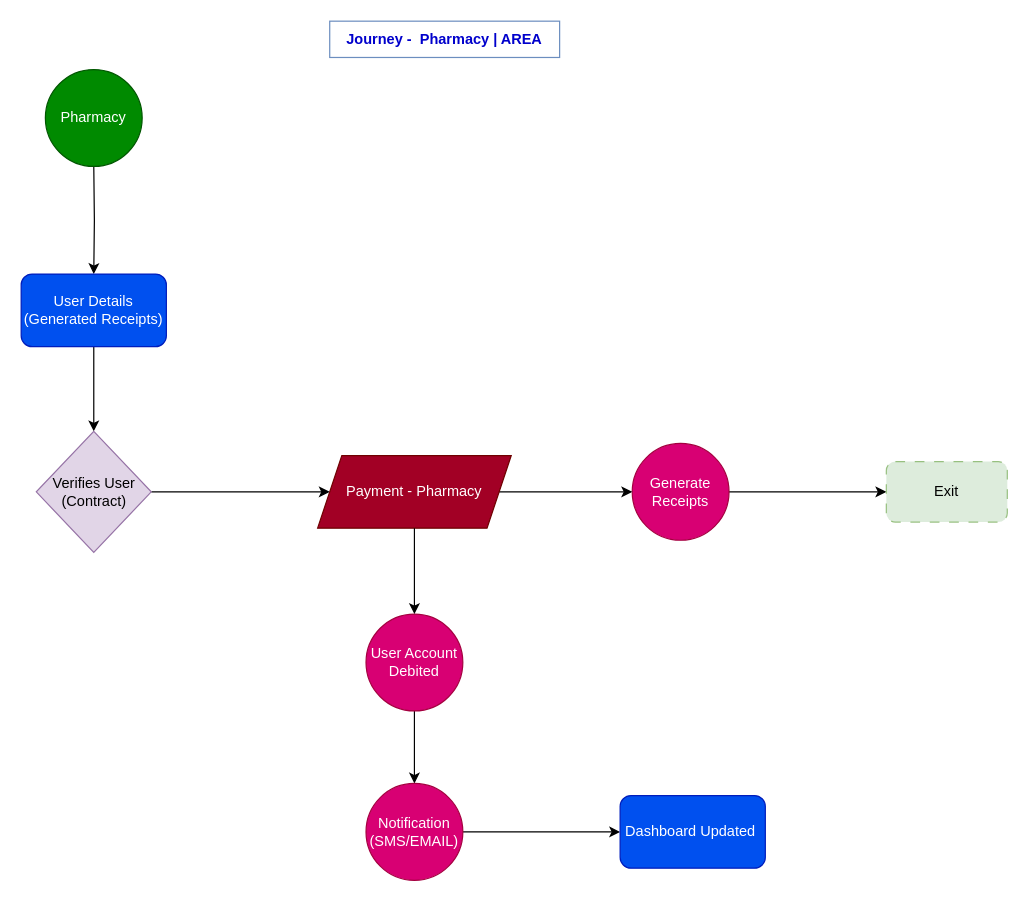
The draw.io diagram Journey Pharmacy.drawio in dabiko/draw-io, before the edit. Source tidied: cells renumbered, new cells numbered last; positions are measured from the earlier drawing's top-left corner, leaving out a move shared by most shapes. Both pictures are drawn from the tidied source at 121%, with x=0, y=0 at pixel (21, 21).
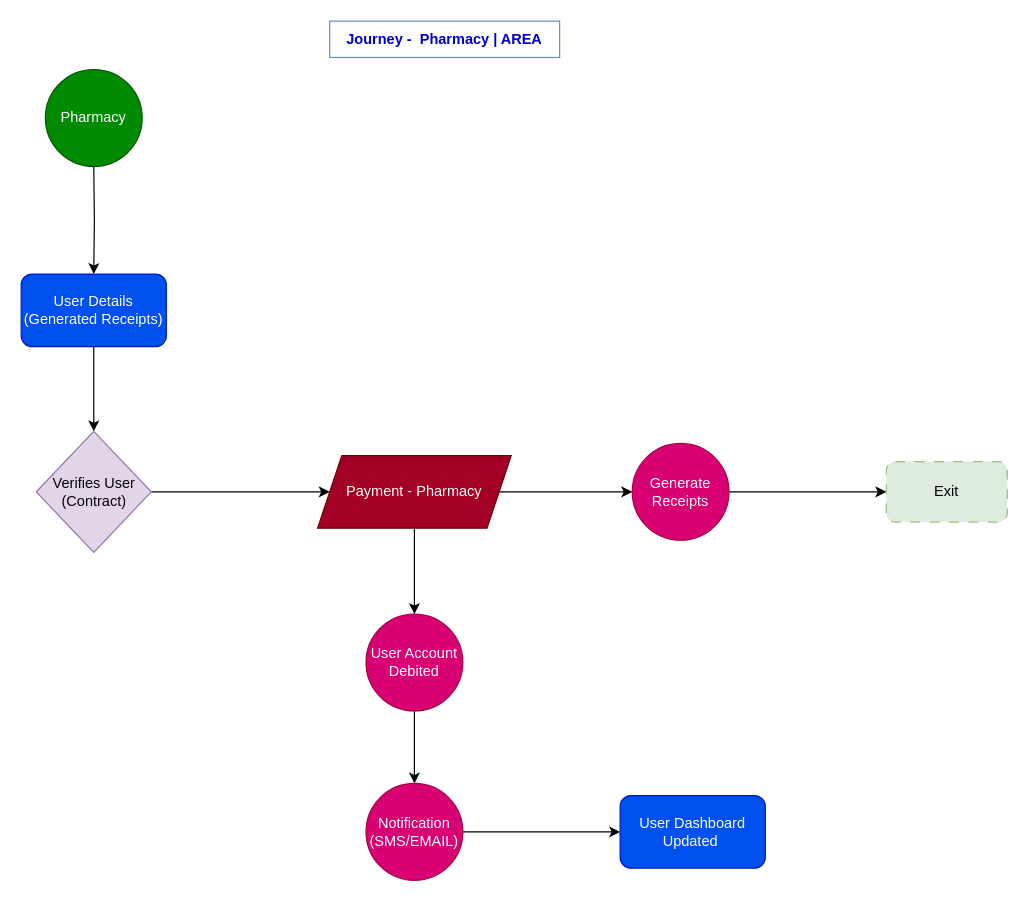
The same diagram, later.

What changed in the source:
```diff
@@
-    <mxCell id="18" value="Dashboard Updated&amp;nbsp;" style="rounded=1;whiteSpace=wrap;html=1;fillColor=#0050ef;fontColor=#ffffff;strokeColor=#001DBC;" parent="1" vertex="1">
+    <mxCell id="18" value="User Dashboard Updated&amp;nbsp;" style="rounded=1;whiteSpace=wrap;html=1;fillColor=#0050ef;fontColor=#ffffff;strokeColor=#001DBC;" parent="1" vertex="1">
       <mxGeometry x="495" y="640" width="120" height="60" as="geometry" />
     </mxCell>
```
